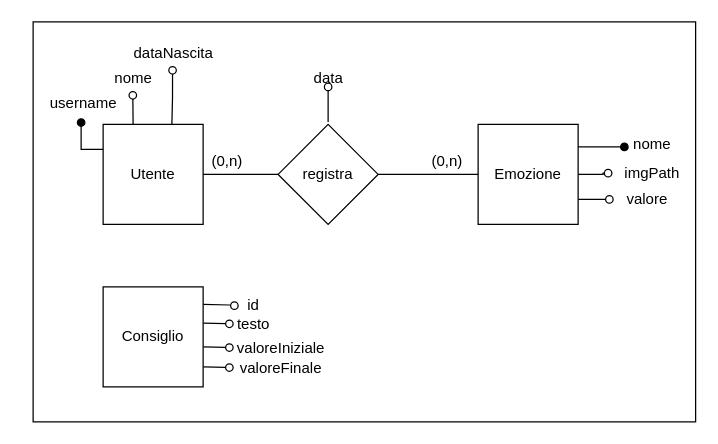
Earlier version of the draw.io diagram 6_Database/ER-DataBase.drawio (ilcicciogamer69/MentalMood). Source tidied: cells renumbered, new cells numbered last; positions are measured from the earlier drawing's top-left corner, leaving out a move shared by most shapes. Both pictures are drawn from the tidied source at 125%, with x=0, y=0 at pixel (32, 21).
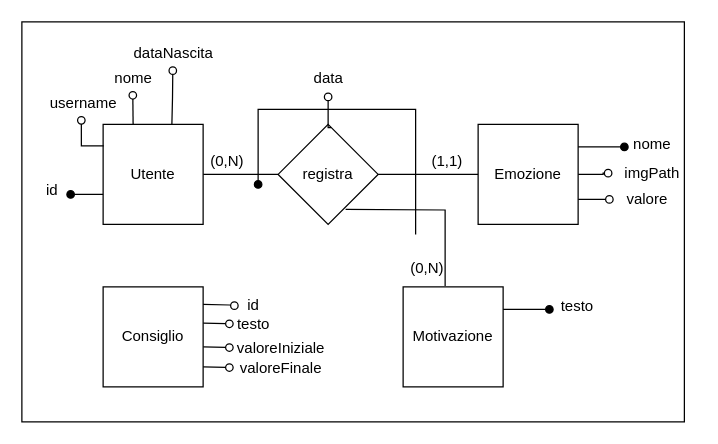
After the change.

The change refers to these unchanged cells:
```xml
<mxCell id="4" value="Utente" style="whiteSpace=wrap;html=1;" parent="1" vertex="1">
  <mxGeometry x="56" y="82" width="80" height="80" as="geometry" />
</mxCell>
<mxCell id="14" value="registra" style="rhombus;whiteSpace=wrap;html=1;" parent="1" vertex="1">
  <mxGeometry x="196" y="82" width="80" height="80" as="geometry" />
</mxCell>
<mxCell id="16" value="data" style="text;html=1;align=center;verticalAlign=middle;points=[];strokeColor=none;fillColor=none;" parent="1" vertex="1">
  <mxGeometry x="211" y="30" width="50" height="30" as="geometry" />
</mxCell>
<mxCell id="24" value="dataNascita" style="text;html=1;align=center;verticalAlign=middle;points=[];strokeColor=none;fillColor=none;" parent="1" vertex="1">
  <mxGeometry x="67" y="10" width="90" height="30" as="geometry" />
</mxCell>
<mxCell id="28" value="username" style="text;html=1;align=center;verticalAlign=middle;points=[];strokeColor=none;fillColor=none;" parent="1" vertex="1">
  <mxGeometry y="50" width="80" height="30" as="geometry" />
</mxCell>
```

The edit, as a diff of the source:
```diff
@@
     <mxCell id="2" style="rounded=0;whiteSpace=wrap;html=1;" parent="1" vertex="1">
-      <mxGeometry width="530" height="320" as="geometry" />
+      <mxGeometry x="-9" width="530" height="320" as="geometry" />
     </mxCell>
@@
-    <mxCell id="15" style="edgeStyle=orthogonalEdgeStyle;rounded=0;jettySize=auto;html=1;endArrow=oval;endFill=0;" parent="1" edge="1" source="16">
-      <mxGeometry relative="1" as="geometry">
-        <mxPoint x="236" y="52" as="targetPoint" />
-      </mxGeometry>
-    </mxCell>
@@
-    <mxCell id="25" style="edgeStyle=orthogonalEdgeStyle;rounded=0;jettySize=auto;html=1;entryX=0.495;entryY=0.957;entryDx=0;entryDy=0;entryPerimeter=0;endArrow=oval;endFill=0;" parent="1" edge="1" target="24">
+    <mxCell id="25" style="edgeStyle=orthogonalEdgeStyle;rounded=0;jettySize=auto;html=1;entryX=0.497;entryY=0.967;entryDx=0;entryDy=0;entryPerimeter=0;endArrow=oval;endFill=0;" parent="1" edge="1" target="24">
       <mxGeometry relative="1" as="geometry">
         <mxPoint x="111" y="82" as="sourcePoint" />
       </mxGeometry>
     </mxCell>
-    <mxCell id="26" value="(0,n)" style="text;html=1;align=center;verticalAlign=middle;strokeColor=none;fillColor=none;" parent="1" vertex="1">
+    <mxCell id="26" value="(0,N)" style="text;html=1;align=center;verticalAlign=middle;strokeColor=none;fillColor=none;" parent="1" vertex="1">
       <mxGeometry x="130" y="97" width="50" height="30" as="geometry" />
     </mxCell>
-    <mxCell id="27" value="(0,n)" style="text;html=1;align=center;verticalAlign=middle;strokeColor=none;fillColor=none;" parent="1" vertex="1">
+    <mxCell id="27" value="(1,1)" style="text;html=1;align=center;verticalAlign=middle;strokeColor=none;fillColor=none;" parent="1" vertex="1">
       <mxGeometry x="306" y="97" width="50" height="30" as="geometry" />
     </mxCell>
@@
-    <mxCell id="29" style="edgeStyle=orthogonalEdgeStyle;rounded=0;jettySize=auto;html=1;exitX=0;exitY=0.25;exitDx=0;exitDy=0;entryX=0.48;entryY=1.017;entryDx=0;entryDy=0;entryPerimeter=0;endArrow=oval;endFill=1;" parent="1" edge="1" source="4" target="28">
-      <mxGeometry relative="1" as="geometry" />
-    </mxCell>
@@
+    <mxCell id="33" value="id" style="text;html=1;align=center;verticalAlign=middle;strokeColor=none;fillColor=none;" parent="1" vertex="1">
+      <mxGeometry y="120" width="30" height="30" as="geometry" />
+    </mxCell>
+    <mxCell id="34" style="edgeStyle=orthogonalEdgeStyle;rounded=0;orthogonalLoop=1;jettySize=auto;html=1;exitX=0;exitY=0.25;exitDx=0;exitDy=0;endArrow=oval;endFill=1;" parent="1" edge="1">
+      <mxGeometry relative="1" as="geometry">
+        <mxPoint x="56" y="138" as="sourcePoint" />
+        <mxPoint x="30" y="138" as="targetPoint" />
+      </mxGeometry>
+    </mxCell>
+    <mxCell id="29" style="edgeStyle=orthogonalEdgeStyle;rounded=0;jettySize=auto;html=1;entryX=0.482;entryY=0.959;entryDx=0;entryDy=0;entryPerimeter=0;endArrow=oval;endFill=0;exitX=0.006;exitY=0.215;exitDx=0;exitDy=0;exitPerimeter=0;" parent="1" edge="1" source="4" target="28">
+      <mxGeometry relative="1" as="geometry" />
+    </mxCell>
+    <mxCell id="35" style="edgeStyle=orthogonalEdgeStyle;rounded=0;jettySize=auto;html=1;endArrow=oval;endFill=0;exitX=0.529;exitY=0.033;exitDx=0;exitDy=0;exitPerimeter=0;" parent="1" edge="1" source="14">
+      <mxGeometry relative="1" as="geometry">
+        <mxPoint x="236" y="60" as="targetPoint" />
+      </mxGeometry>
+    </mxCell>
+    <mxCell id="36" style="edgeStyle=orthogonalEdgeStyle;rounded=0;orthogonalLoop=1;jettySize=auto;html=1;endArrow=oval;endFill=1;" parent="1" edge="1">
+      <mxGeometry relative="1" as="geometry">
+        <mxPoint x="306" y="170" as="sourcePoint" />
+        <mxPoint x="180" y="130" as="targetPoint" />
+        <Array as="points">
+          <mxPoint x="306" y="70" />
+          <mxPoint x="180" y="70" />
+          <mxPoint x="180" y="127" />
+        </Array>
+      </mxGeometry>
+    </mxCell>
+    <mxCell id="37" value="Motivazione" style="whiteSpace=wrap;html=1;" parent="1" vertex="1">
+      <mxGeometry x="296" y="212" width="80" height="80" as="geometry" />
+    </mxCell>
+    <mxCell id="38" value="testo" style="text;html=1;align=center;verticalAlign=middle;strokeColor=none;fillColor=none;" parent="1" vertex="1">
+      <mxGeometry x="410" y="213" width="50" height="30" as="geometry" />
+    </mxCell>
+    <mxCell id="39" style="edgeStyle=orthogonalEdgeStyle;rounded=0;orthogonalLoop=1;jettySize=auto;html=1;exitX=1;exitY=0.25;exitDx=0;exitDy=0;endArrow=oval;endFill=1;" parent="1" edge="1">
+      <mxGeometry relative="1" as="geometry">
+        <mxPoint x="376" y="230" as="sourcePoint" />
+        <mxPoint x="413" y="230" as="targetPoint" />
+      </mxGeometry>
+    </mxCell>
+    <mxCell id="40" style="edgeStyle=orthogonalEdgeStyle;rounded=0;jettySize=auto;html=1;exitX=1;exitY=0.5;exitDx=0;exitDy=0;entryX=0.42;entryY=-0.009;entryDx=0;entryDy=0;endArrow=none;endFill=0;entryPerimeter=0;" parent="1" edge="1" target="37">
+      <mxGeometry relative="1" as="geometry">
+        <mxPoint x="250" y="150" as="sourcePoint" />
+      </mxGeometry>
+    </mxCell>
+    <mxCell id="41" value="(0,N)" style="text;html=1;align=center;verticalAlign=middle;strokeColor=none;fillColor=none;" parent="1" vertex="1">
+      <mxGeometry x="290" y="182" width="50" height="30" as="geometry" />
+    </mxCell>
```
